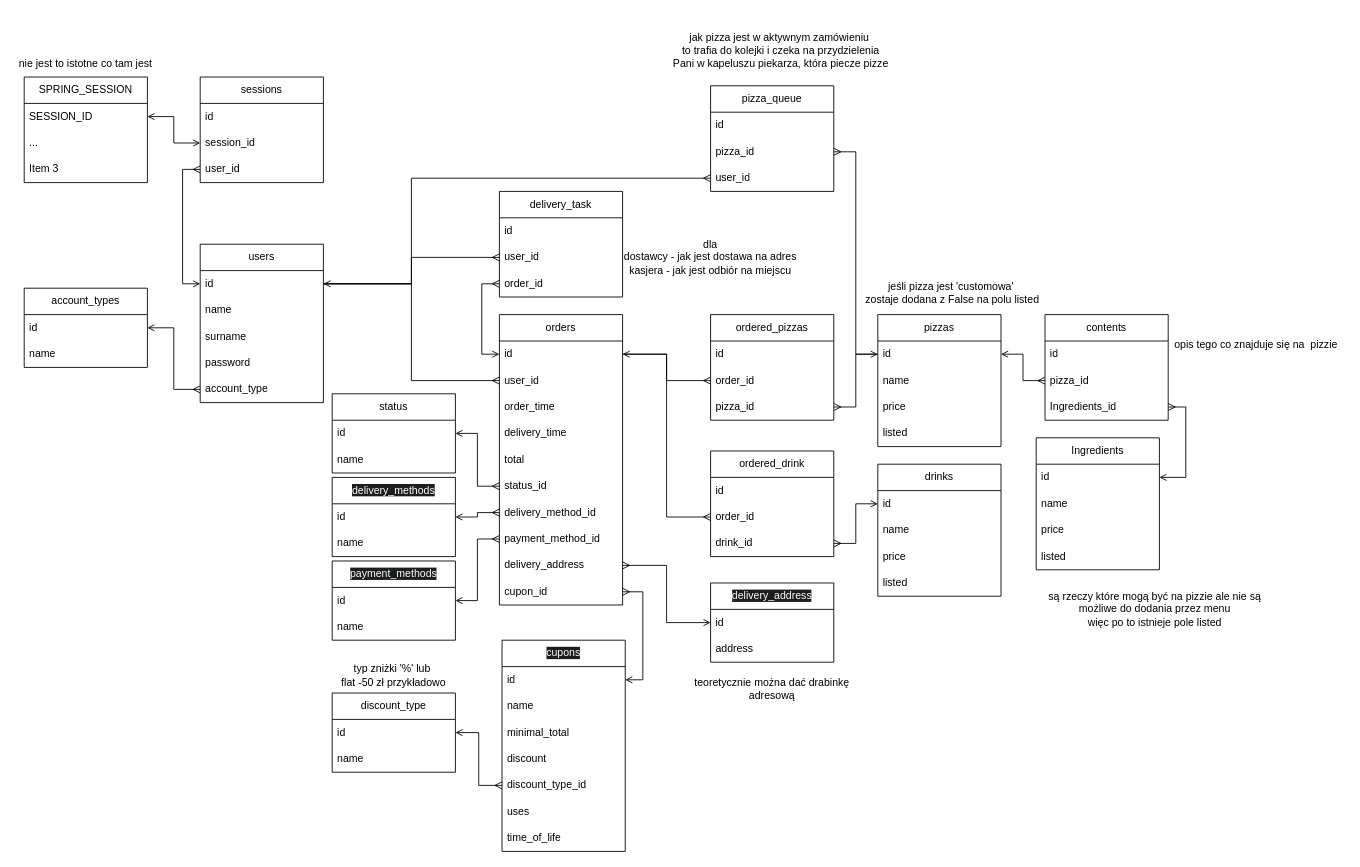
Earlier version of the draw.io diagram database/diagram_bazy.drawio (Barabol/IO2). Source tidied: cells renumbered, new cells numbered last; positions are measured from the earlier drawing's top-left corner, leaving out a move shared by most shapes. Both pictures are drawn from the tidied source at 88%, with x=0, y=0 at pixel (15, 15).
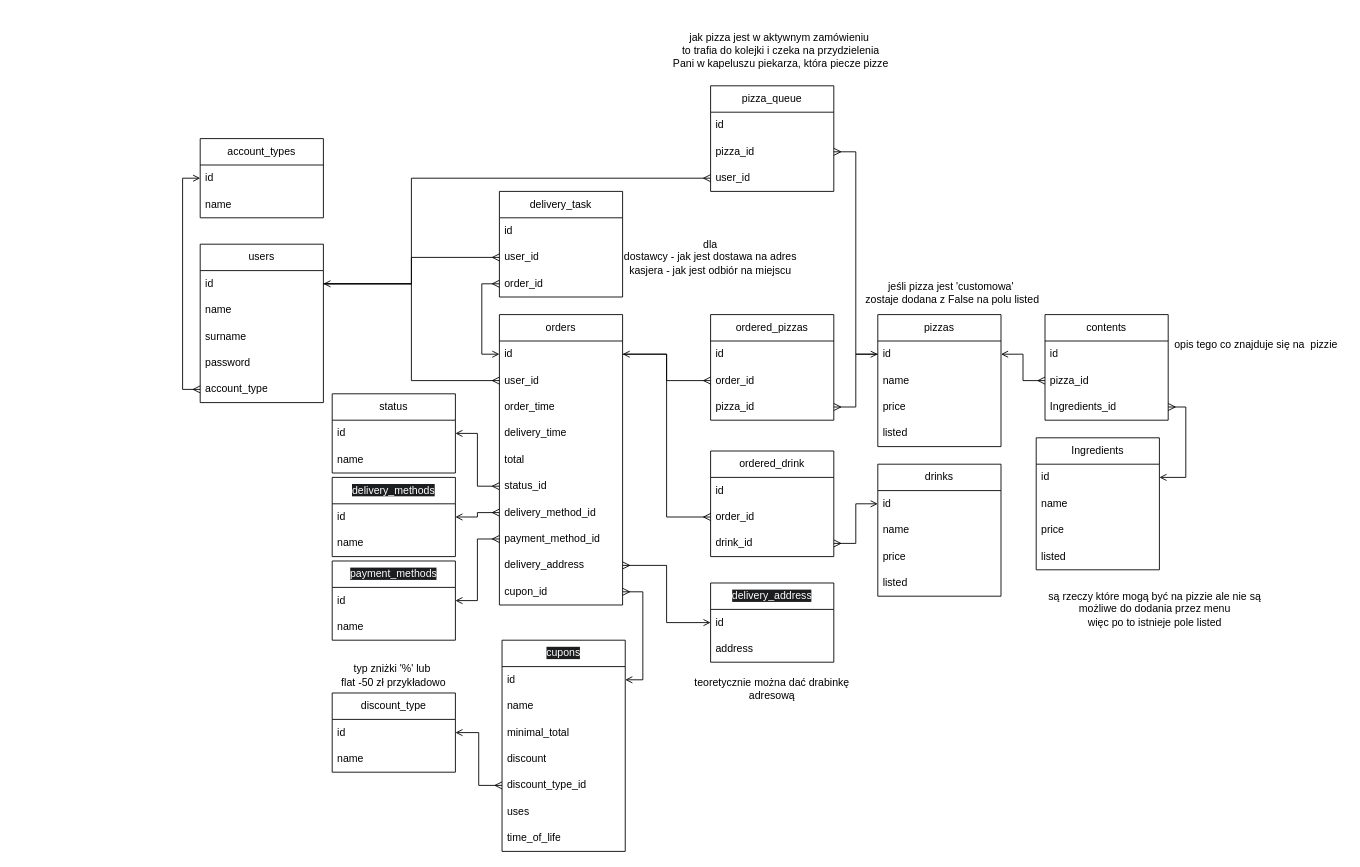
Above is the later version.

The change refers to these unchanged cells:
```xml
<mxCell id="7" value="id" style="text;strokeColor=none;fillColor=none;align=left;verticalAlign=middle;spacingLeft=4;spacingRight=4;overflow=hidden;points=[[0,0.5],[1,0.5]];portConstraint=eastwest;whiteSpace=wrap;html=1;" parent="6" vertex="1">
  <mxGeometry y="30" width="140" height="30" as="geometry" />
</mxCell>
```

Change to the diagram source:
```diff
@@
-    <mxCell id="2" value="sessions" style="swimlane;fontStyle=0;horizontal=1;startSize=30;whiteSpace=wrap;html=1;" parent="1" vertex="1">
-      <mxGeometry x="210" y="70" width="140" height="120" as="geometry" />
-    </mxCell>
-    <mxCell id="3" value="id" style="text;strokeColor=none;fillColor=none;align=left;verticalAlign=middle;spacingLeft=4;spacingRight=4;overflow=hidden;whiteSpace=wrap;html=1;" parent="2" vertex="1">
-      <mxGeometry y="30" width="140" height="30" as="geometry" />
-    </mxCell>
-    <mxCell id="4" value="session_id" style="text;strokeColor=none;fillColor=none;align=left;verticalAlign=middle;spacingLeft=4;spacingRight=4;overflow=hidden;points=[[0,0.5],[1,0.5]];portConstraint=eastwest;whiteSpace=wrap;html=1;" parent="2" vertex="1">
-      <mxGeometry y="60" width="140" height="30" as="geometry" />
-    </mxCell>
-    <mxCell id="5" value="user_id" style="text;strokeColor=none;fillColor=none;align=left;verticalAlign=middle;spacingLeft=4;spacingRight=4;overflow=hidden;points=[[0,0.5],[1,0.5]];portConstraint=eastwest;whiteSpace=wrap;html=1;" parent="2" vertex="1">
-      <mxGeometry y="90" width="140" height="30" as="geometry" />
-    </mxCell>
@@
-    <mxCell id="12" value="SPRING_SESSION" style="swimlane;fontStyle=0;horizontal=1;startSize=30;whiteSpace=wrap;html=1;" parent="1" vertex="1">
-      <mxGeometry x="10" y="70" width="140" height="120" as="geometry" />
-    </mxCell>
-    <mxCell id="13" value="SESSION_ID" style="text;strokeColor=none;fillColor=none;align=left;verticalAlign=middle;spacingLeft=4;spacingRight=4;overflow=hidden;points=[[0,0.5],[1,0.5]];portConstraint=eastwest;whiteSpace=wrap;html=1;" parent="12" vertex="1">
-      <mxGeometry y="30" width="140" height="30" as="geometry" />
-    </mxCell>
-    <mxCell id="14" value="..." style="text;strokeColor=none;fillColor=none;align=left;verticalAlign=middle;spacingLeft=4;spacingRight=4;overflow=hidden;whiteSpace=wrap;html=1;" parent="12" vertex="1">
-      <mxGeometry y="60" width="140" height="30" as="geometry" />
-    </mxCell>
-    <mxCell id="15" value="Item 3" style="text;strokeColor=none;fillColor=none;align=left;verticalAlign=middle;spacingLeft=4;spacingRight=4;overflow=hidden;whiteSpace=wrap;html=1;" parent="12" vertex="1">
-      <mxGeometry y="90" width="140" height="30" as="geometry" />
-    </mxCell>
-    <mxCell id="16" style="edgeStyle=orthogonalEdgeStyle;rounded=0;jettySize=auto;html=1;entryX=0;entryY=0.5;entryDx=0;entryDy=0;startArrow=open;startFill=0;endArrow=ERmany;endFill=0;" parent="1" edge="1" source="7" target="5">
-      <mxGeometry relative="1" as="geometry" />
-    </mxCell>
-    <mxCell id="17" style="edgeStyle=orthogonalEdgeStyle;rounded=0;jettySize=auto;html=1;endArrow=open;endFill=0;startArrow=open;startFill=0;" parent="1" edge="1" source="4" target="13">
-      <mxGeometry relative="1" as="geometry" />
-    </mxCell>
     <mxCell id="18" value="account_types" style="swimlane;fontStyle=0;horizontal=1;startSize=30;whiteSpace=wrap;html=1;" parent="1" vertex="1">
-      <mxGeometry x="10" y="310" width="140" height="90" as="geometry" />
+      <mxGeometry x="210" y="140" width="140" height="90" as="geometry" />
     </mxCell>
@@
-    <mxCell id="79" value="nie jest to istotne co tam jest" style="text;html=1;whiteSpace=wrap;strokeColor=none;fillColor=none;align=center;verticalAlign=middle;rounded=0;" parent="1" vertex="1">
-      <mxGeometry y="40" width="160" height="30" as="geometry" />
-    </mxCell>
```
